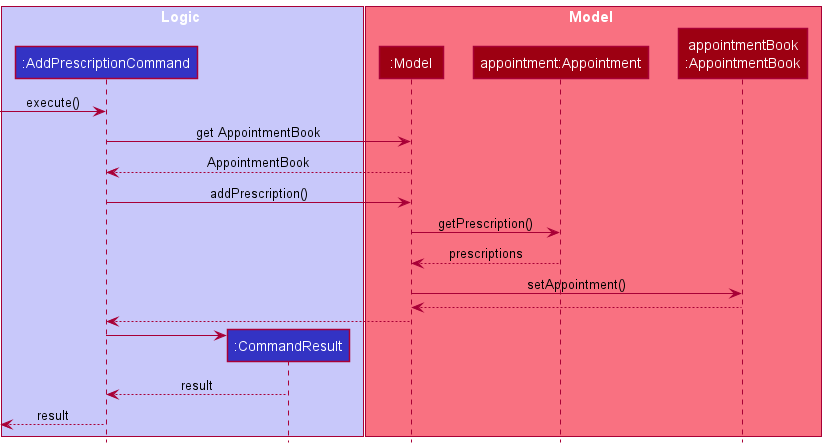
Before: docs/diagrams/AddPrescriptionCommandSequenceDiagram.png, a diagram exported from PlantUML (nus-cs2103-AY2122S1/tp).
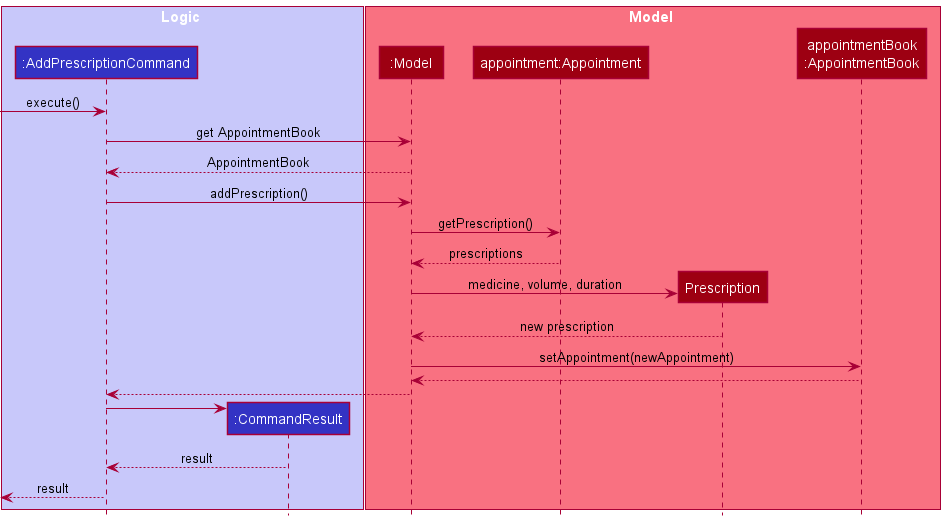
Above is the later version.

Diff of the diagram source:
```diff
@@ -9,6 +9,8 @@
 box Model MODEL_COLOR_T1
 participant ":Model" as Model MODEL_COLOR
 participant "appointment:Appointment" as appointment MODEL_COLOR
+participant "Prescription" as Prescription MODEL_COLOR
+
 participant "appointmentBook\n:AppointmentBook" as appointmentBook MODEL_COLOR
 end box
 
@@ -22,7 +24,11 @@
 AddPrescriptionCommand -> Model : addPrescription()
 Model -> appointment : getPrescription()
 appointment --> Model : prescriptions
-Model -> appointmentBook : setAppointment()
+
+create Prescription
+Model -> Prescription : medicine, volume, duration
+Prescription --> Model :new prescription
+Model -> appointmentBook : setAppointment(newAppointment)
 appointmentBook --> Model
 
 Model ---> AddPrescriptionCommand
```
